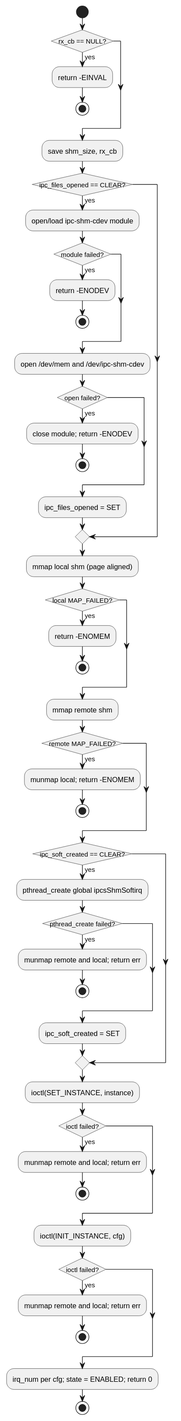
Before: c1_sdd_linux-ipcs/cursor_tmp/flow_svgs/linux_6_5_1_ipcsOsInit.svg, a diagram exported from PlantUML (Mastang1/sad_sdd_proj).
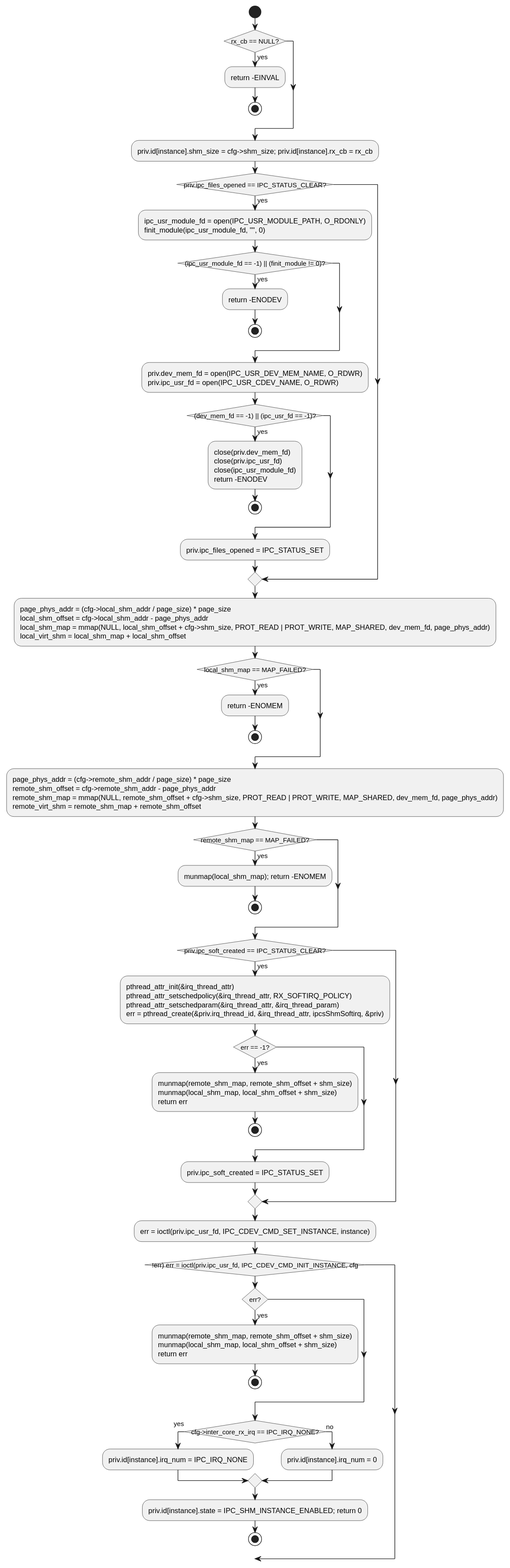
Later version of the same file.

Change to the diagram source:
```diff
@@ -5,50 +5,51 @@
 start
 if (rx_cb == NULL?) then (yes)
   :return -EINVAL;
-  stop
+stop
 endif
-:save shm_size, rx_cb;
-if (ipc_files_opened == CLEAR?) then (yes)
-  :open/load ipc-shm-cdev module;
-  if (module failed?) then (yes)
+:priv.id[instance].shm_size = cfg->shm_size; priv.id[instance].rx_cb = rx_cb;
+if (priv.ipc_files_opened == IPC_STATUS_CLEAR?) then (yes)
+  :ipc_usr_module_fd = open(IPC_USR_MODULE_PATH, O_RDONLY)\nfinit_module(ipc_usr_module_fd, "", 0);
+  if ((ipc_usr_module_fd == -1) || (finit_module != 0)?) then (yes)
     :return -ENODEV;
-    stop
+stop
   endif
-  :open /dev/mem and /dev/ipc-shm-cdev;
-  if (open failed?) then (yes)
-    :close module; return -ENODEV;
-    stop
+  :priv.dev_mem_fd = open(IPC_USR_DEV_MEM_NAME, O_RDWR)\npriv.ipc_usr_fd = open(IPC_USR_CDEV_NAME, O_RDWR);
+  if ((dev_mem_fd == -1) || (ipc_usr_fd == -1)?) then (yes)
+    :close(priv.dev_mem_fd)\nclose(priv.ipc_usr_fd)\nclose(ipc_usr_module_fd)\nreturn -ENODEV;
+stop
   endif
-  :ipc_files_opened = SET;
+  :priv.ipc_files_opened = IPC_STATUS_SET;
 endif
-:mmap local shm (page aligned);
-if (local MAP_FAILED?) then (yes)
+:page_phys_addr = (cfg->local_shm_addr / page_size) * page_size\nlocal_shm_offset = cfg->local_shm_addr - page_phys_addr\nlocal_shm_map = mmap(NULL, local_shm_offset + cfg->shm_size, PROT_READ | PROT_WRITE, MAP_SHARED, dev_mem_fd, page_phys_addr)\nlocal_virt_shm = local_shm_map + local_shm_offset;
+if (local_shm_map == MAP_FAILED?) then (yes)
   :return -ENOMEM;
-  stop
+stop
 endif
-:mmap remote shm;
-if (remote MAP_FAILED?) then (yes)
-  :munmap local; return -ENOMEM;
-  stop
+:page_phys_addr = (cfg->remote_shm_addr / page_size) * page_size\nremote_shm_offset = cfg->remote_shm_addr - page_phys_addr\nremote_shm_map = mmap(NULL, remote_shm_offset + cfg->shm_size, PROT_READ | PROT_WRITE, MAP_SHARED, dev_mem_fd, page_phys_addr)\nremote_virt_shm = remote_shm_map + remote_shm_offset;
+if (remote_shm_map == MAP_FAILED?) then (yes)
+  :munmap(local_shm_map); return -ENOMEM;
+stop
 endif
-if (ipc_soft_created == CLEAR?) then (yes)
-  :pthread_create global ipcsShmSoftirq;
-  if (pthread_create failed?) then (yes)
-    :munmap remote and local; return err;
-    stop
+if (priv.ipc_soft_created == IPC_STATUS_CLEAR?) then (yes)
+  :pthread_attr_init(&irq_thread_attr)\npthread_attr_setschedpolicy(&irq_thread_attr, RX_SOFTIRQ_POLICY)\npthread_attr_setschedparam(&irq_thread_attr, &irq_thread_param)\nerr = pthread_create(&priv.irq_thread_id, &irq_thread_attr, ipcsShmSoftirq, &priv);
+  if (err == -1?) then (yes)
+    :munmap(remote_shm_map, remote_shm_offset + shm_size)\nmunmap(local_shm_map, local_shm_offset + shm_size)\nreturn err;
+stop
   endif
-  :ipc_soft_created = SET;
+  :priv.ipc_soft_created = IPC_STATUS_SET;
 endif
-:ioctl(SET_INSTANCE, instance);
-if (ioctl failed?) then (yes)
-  :munmap remote and local; return err;
-  stop
+:err = ioctl(priv.ipc_usr_fd, IPC_CDEV_CMD_SET_INSTANCE, instance);
+if (!err) err = ioctl(priv.ipc_usr_fd, IPC_CDEV_CMD_INIT_INSTANCE, cfg);
+if (err?) then (yes)
+  :munmap(remote_shm_map, remote_shm_offset + shm_size)\nmunmap(local_shm_map, local_shm_offset + shm_size)\nreturn err;
+stop
 endif
-:ioctl(INIT_INSTANCE, cfg);
-if (ioctl failed?) then (yes)
-  :munmap remote and local; return err;
-  stop
+if (cfg->inter_core_rx_irq == IPC_IRQ_NONE?) then (yes)
+  :priv.id[instance].irq_num = IPC_IRQ_NONE;
+else (no)
+  :priv.id[instance].irq_num = 0;
 endif
-:irq_num per cfg; state = ENABLED; return 0;
+:priv.id[instance].state = IPC_SHM_INSTANCE_ENABLED; return 0;
 stop
 @enduml
```
